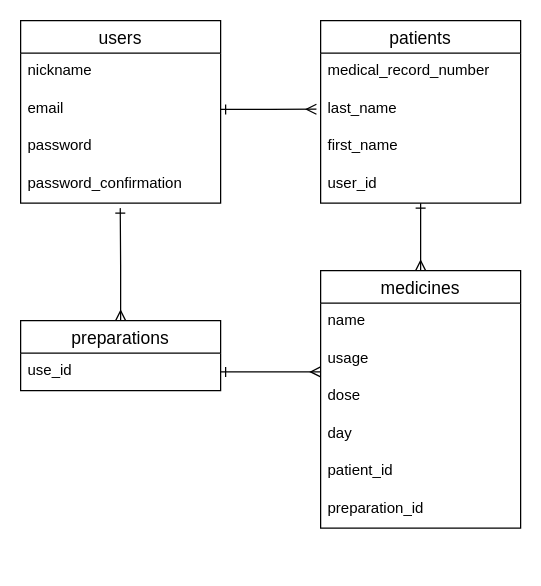
This is test.dio from ttr42hozu/reminder-TasksToPrescribe, a draw.io file, before an edit. Source tidied: cells renumbered, new cells numbered last; positions are measured from the earlier drawing's top-left corner, leaving out a move shared by most shapes. Both pictures are drawn from the tidied source at 125%, with x=0, y=0 at pixel (20, 20).
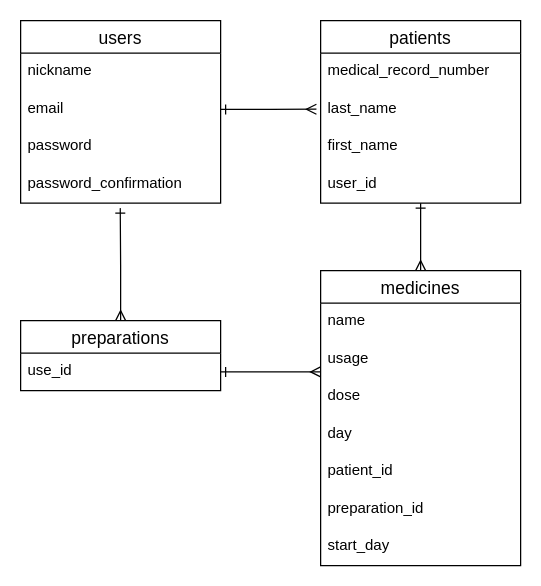
The same diagram, later.

Commit message (it also covers changes not shown here):
カラム　修正（追加）

What changed in the source:
```diff
@@
     <mxCell id="13" value="medicines" style="swimlane;fontStyle=0;horizontal=1;startSize=26;align=center;fontSize=14;" parent="1" vertex="1">
-      <mxGeometry x="240" y="200" width="160" height="206" as="geometry" />
+      <mxGeometry x="240" y="200" width="160" height="236" as="geometry" />
     </mxCell>
@@
+    <mxCell id="25" value="start_day" style="text;strokeColor=none;fillColor=none;spacingLeft=4;spacingRight=4;overflow=hidden;fontSize=12;" parent="13" vertex="1">
+      <mxGeometry y="206" width="160" height="30" as="geometry" />
+    </mxCell>
```
